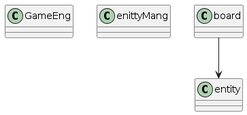
Earlier version of the PlantUML export doc/GEngine.png (Davide-R0/GameEngine-Ncurses-ECS-Cpp).
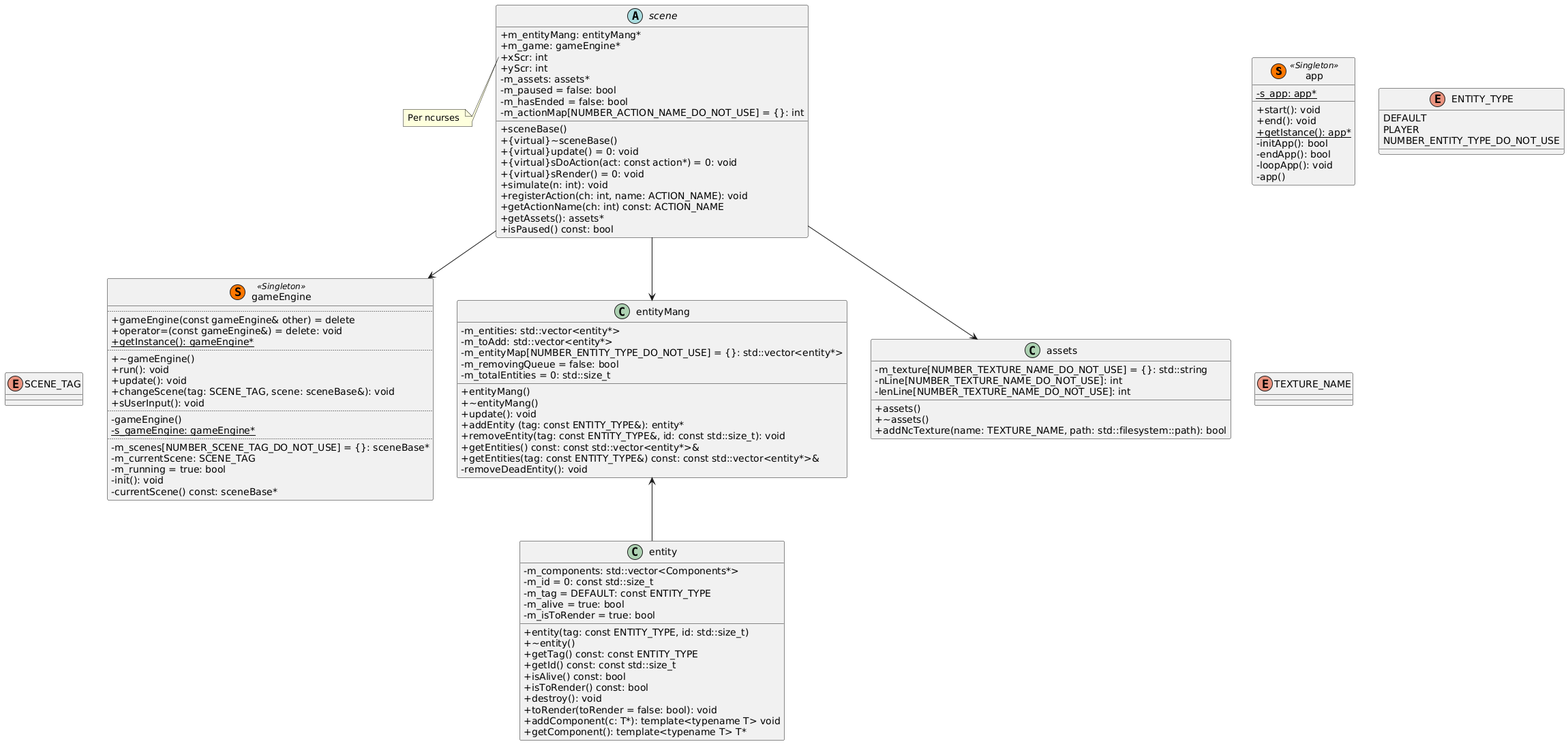
After the commit.

Diff of the diagram source:
```diff
@@ -1,21 +1,134 @@
 @startuml
+skinparam classAttributeIconSize 0
 
-class GameEng {
+class app << (S,#FF7700) Singleton >> {
+    +start(): void
+    +end(): void
+    {static} +getIstance(): app*
+    -initApp(): bool
+    -endApp(): bool
+    -loopApp(): void
+    {static} -s_app: app*
+    -app()
+}
+
+enum SCENE_TAG {
 
 }
 
+class gameEngine << (S,#FF7700) Singleton >> {
+..
++gameEngine(const gameEngine& other) = delete
++operator=(const gameEngine&) = delete: void
++{static}getInstance(): gameEngine*
+..
++\~gameEngine()
++run(): void
++update(): void
++changeScene(tag: SCENE_TAG, scene: sceneBase&): void
++sUserInput(): void
+..
+-gameEngine()
+-{static} s_gameEngine: gameEngine*
+..
+-m_scenes[NUMBER_SCENE_TAG_DO_NOT_USE] = {}: sceneBase*
+-m_currentScene: SCENE_TAG
+-m_running = true: bool
+-init(): void
+-currentScene() const: sceneBase*
+}
 
-class enittyMang {
+SCENE_TAG -[hidden]> gameEngine
+enum ENTITY_TYPE {
 
 }
 
+class entityMang {
++entityMang()
++\~entityMang()
++update(): void
++addEntity (tag: const ENTITY_TYPE&): entity*
++removeEntity(tag: const ENTITY_TYPE&, id: const std::size_t): void
++getEntities() const: const std::vector<entity*>&
++getEntities(tag: const ENTITY_TYPE&) const: const std::vector<entity*>&
+-m_entities: std::vector<entity*>
+-m_toAdd: std::vector<entity*>
+-m_entityMap[NUMBER_ENTITY_TYPE_DO_NOT_USE] = {}: std::vector<entity*>
+-m_removingQueue = false: bool
+-m_totalEntities = 0: std::size_t
+-removeDeadEntity(): void
+}
+
+enum ENTITY_TYPE {
+DEFAULT
+PLAYER
+NUMBER_ENTITY_TYPE_DO_NOT_USE
+}
+
 class entity {
++entity(tag: const ENTITY_TYPE, id: std::size_t)
++\~entity()
++getTag() const: const ENTITY_TYPE
++getId() const: const std::size_t
++isAlive() const: bool
++isToRender() const: bool
++destroy(): void
++toRender(toRender = false: bool): void
++addComponent(c: T*): template<typename T> void
++getComponent(): template<typename T> T*
+-m_components: std::vector<Components*>
+-m_id = 0: const std::size_t
+-m_tag = DEFAULT: const ENTITY_TYPE
+-m_alive = true: bool
+-m_isToRender = true: bool
+}
+
+entityMang <-- entity
+
+enum TEXTURE_NAME {
 
 }
 
-class board {
+class assets {
++assets()
++\~assets()
++addNcTexture(name: TEXTURE_NAME, path: std::filesystem::path): bool
+-m_texture[NUMBER_TEXTURE_NAME_DO_NOT_USE] = {}: std::string
+-nLine[NUMBER_TEXTURE_NAME_DO_NOT_USE]: int
+-lenLine[NUMBER_TEXTURE_NAME_DO_NOT_USE]: int
+}
+
+enum SCENE_TAG {
 
 }
-board --> entity
+
+abstract class scene {
++sceneBase()
++{virtual}\~sceneBase()
++{virtual}update() = 0: void
++{virtual}sDoAction(act: const action*) = 0: void
++{virtual}sRender() = 0: void
++simulate(n: int): void
++registerAction(ch: int, name: ACTION_NAME): void
++getActionName(ch: int) const: ACTION_NAME
++getAssets(): assets*
++isPaused() const: bool
++m_entityMang: entityMang*
++m_game: gameEngine*
++xScr: int
++yScr: int
+-m_assets: assets*
+-m_paused = false: bool
+-m_hasEnded = false: bool
+-m_actionMap[NUMBER_ACTION_NAME_DO_NOT_USE] = {}: int
+}
+
+note left of scene::"xScr: int"
+  Per ncurses
+end note
+
+scene --> entityMang
+scene --> gameEngine
+scene --> assets
 
 @enduml
```
